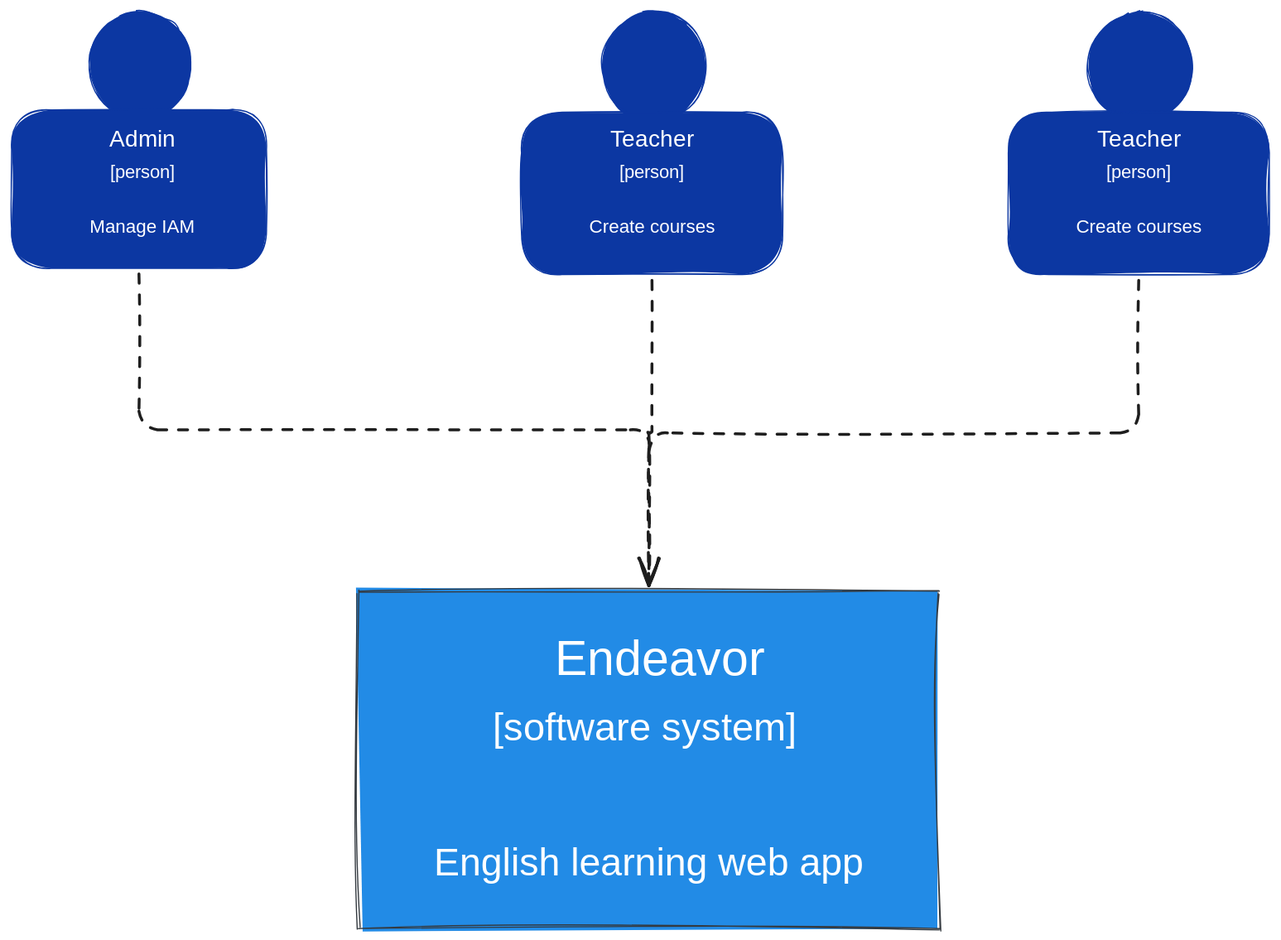
Before: docs/1. Overview/Context Diagram.excalidraw.svg, a diagram exported from Excalidraw (trancongbao/endeavor). Source tidied: one line per element, renumbered; positions are measured from the earlier drawing's top-left corner, leaving out a move shared by most shapes. Source of this version:
```json
{"id": 0, "type": "ellipse", "strokeColor": "#0c37a2", "backgroundColor": "#0c37a2", "fillStyle": "solid", "strokeWidth": 1, "roughness": 1, "x": 68, "y": 0, "width": 88, "height": 93}
{"id": 1, "type": "rectangle", "strokeColor": "#0c37a2", "backgroundColor": "#0c37a2", "fillStyle": "solid", "strokeWidth": 1, "roughness": 1, "fontSize": 25.31, "round": true, "x": 0, "y": 85, "width": 220, "height": 137}
{"id": 2, "type": "text", "text": "Admin", "strokeColor": "#fff", "backgroundColor": "#0c37a2", "fillStyle": "solid", "strokeWidth": 1, "roughness": 1, "fontSize": 20, "fontFamily": 1, "textAlign": "center", "x": 87, "y": 99, "width": 51, "height": 25}
{"id": 3, "type": "text", "text": "[person]", "strokeColor": "#fff", "backgroundColor": "#0c37a2", "fillStyle": "solid", "strokeWidth": 1, "roughness": 1, "fontSize": 16, "fontFamily": 3, "textAlign": "center", "x": 75, "y": 128, "width": 76, "height": 20}
{"id": 4, "type": "text", "text": "Manage IAM", "strokeColor": "#fff", "backgroundColor": "#0c37a2", "fillStyle": "solid", "strokeWidth": 1, "roughness": 1, "fontSize": 16, "fontFamily": 2, "textAlign": "center", "x": 67, "y": 177, "width": 91, "height": 19}
{"id": 5, "type": "rectangle", "strokeColor": "#343a40", "backgroundColor": "#228be6", "fillStyle": "solid", "strokeWidth": 1, "roughness": 2, "x": 300, "y": 500, "width": 500, "height": 291}
{"id": 6, "type": "text", "text": "Endeavor", "strokeColor": "#fff", "backgroundColor": "#55b8f5", "fillStyle": "solid", "strokeWidth": 1, "roughness": 1, "fontSize": 41.84, "fontFamily": 1, "x": 469, "y": 535, "width": 185, "height": 52}
{"id": 7, "type": "text", "text": "[software system]", "strokeColor": "#fff", "backgroundColor": "#55b8f5", "fillStyle": "solid", "strokeWidth": 1, "roughness": 1, "fontSize": 33.47, "fontFamily": 3, "textAlign": "center", "x": 380, "y": 597, "width": 333, "height": 42}
{"id": 8, "type": "text", "text": "English learning web app", "strokeColor": "#fff", "backgroundColor": "#55b8f5", "fillStyle": "solid", "strokeWidth": 1, "roughness": 1, "fontSize": 33.19, "fontFamily": 2, "x": 364, "y": 717, "width": 371, "height": 38}
{"id": 9, "type": "arrow", "strokeColor": "#1e1e1e", "strokeWidth": 2, "strokeStyle": "dashed", "roughness": 1, "endArrowhead": "arrow", "from": 1, "to": 5, "x": 110, "y": 226, "width": 440, "height": 269, "points": [[0, 0], [0, 134], [440, 134], [440, 269]]}
{"id": 10, "type": "ellipse", "strokeColor": "#0c37a2", "backgroundColor": "#0c37a2", "fillStyle": "solid", "strokeWidth": 1, "roughness": 1, "x": 509, "y": 0, "width": 90, "height": 95}
{"id": 11, "type": "rectangle", "strokeColor": "#0c37a2", "backgroundColor": "#0c37a2", "fillStyle": "solid", "strokeWidth": 1, "roughness": 1, "fontSize": 25.31, "round": true, "x": 440, "y": 87, "width": 225, "height": 140}
{"id": 12, "type": "text", "text": "Teacher", "strokeColor": "#fff", "backgroundColor": "#0c37a2", "fillStyle": "solid", "strokeWidth": 1, "roughness": 1, "fontSize": 20, "fontFamily": 1, "textAlign": "center", "x": 513, "y": 99, "width": 80, "height": 25}
{"id": 13, "type": "text", "text": "[person]", "strokeColor": "#fff", "backgroundColor": "#0c37a2", "fillStyle": "solid", "strokeWidth": 1, "roughness": 1, "fontSize": 16, "fontFamily": 3, "textAlign": "center", "x": 515, "y": 128, "width": 76, "height": 20}
{"id": 14, "type": "text", "text": "Create courses", "strokeColor": "#fff", "backgroundColor": "#0c37a2", "fillStyle": "solid", "strokeWidth": 1, "roughness": 1, "fontSize": 16, "fontFamily": 2, "textAlign": "center", "x": 498, "y": 177, "width": 108, "height": 19}
{"id": 15, "type": "arrow", "strokeColor": "#1e1e1e", "strokeWidth": 2, "strokeStyle": "dashed", "roughness": 1, "endArrowhead": "arrow", "from": 11, "to": 5, "x": 553, "y": 232, "width": 3, "height": 263, "points": [[0, 0], [0, 132], [-3, 132], [-3, 263]]}
{"id": 16, "type": "ellipse", "strokeColor": "#0c37a2", "backgroundColor": "#0c37a2", "fillStyle": "solid", "strokeWidth": 1, "roughness": 1, "x": 929, "y": 0, "width": 90, "height": 95}
{"id": 17, "type": "rectangle", "strokeColor": "#0c37a2", "backgroundColor": "#0c37a2", "fillStyle": "solid", "strokeWidth": 1, "roughness": 1, "fontSize": 25.31, "round": true, "x": 860, "y": 87, "width": 225, "height": 140}
{"id": 18, "type": "text", "text": "Teacher", "strokeColor": "#fff", "backgroundColor": "#0c37a2", "fillStyle": "solid", "strokeWidth": 1, "roughness": 1, "fontSize": 20, "fontFamily": 1, "textAlign": "center", "x": 933, "y": 99, "width": 80, "height": 25}
{"id": 19, "type": "text", "text": "[person]", "strokeColor": "#fff", "backgroundColor": "#0c37a2", "fillStyle": "solid", "strokeWidth": 1, "roughness": 1, "fontSize": 16, "fontFamily": 3, "textAlign": "center", "x": 935, "y": 128, "width": 76, "height": 20}
{"id": 20, "type": "text", "text": "Create courses", "strokeColor": "#fff", "backgroundColor": "#0c37a2", "fillStyle": "solid", "strokeWidth": 1, "roughness": 1, "fontSize": 16, "fontFamily": 2, "textAlign": "center", "x": 918, "y": 177, "width": 108, "height": 19}
{"id": 21, "type": "arrow", "strokeColor": "#1e1e1e", "strokeWidth": 2, "strokeStyle": "dashed", "roughness": 1, "endArrowhead": "arrow", "from": 17, "to": 5, "x": 973, "y": 232, "width": 423, "height": 263, "points": [[0, 0], [0, 132], [-423, 132], [-423, 263]]}
```
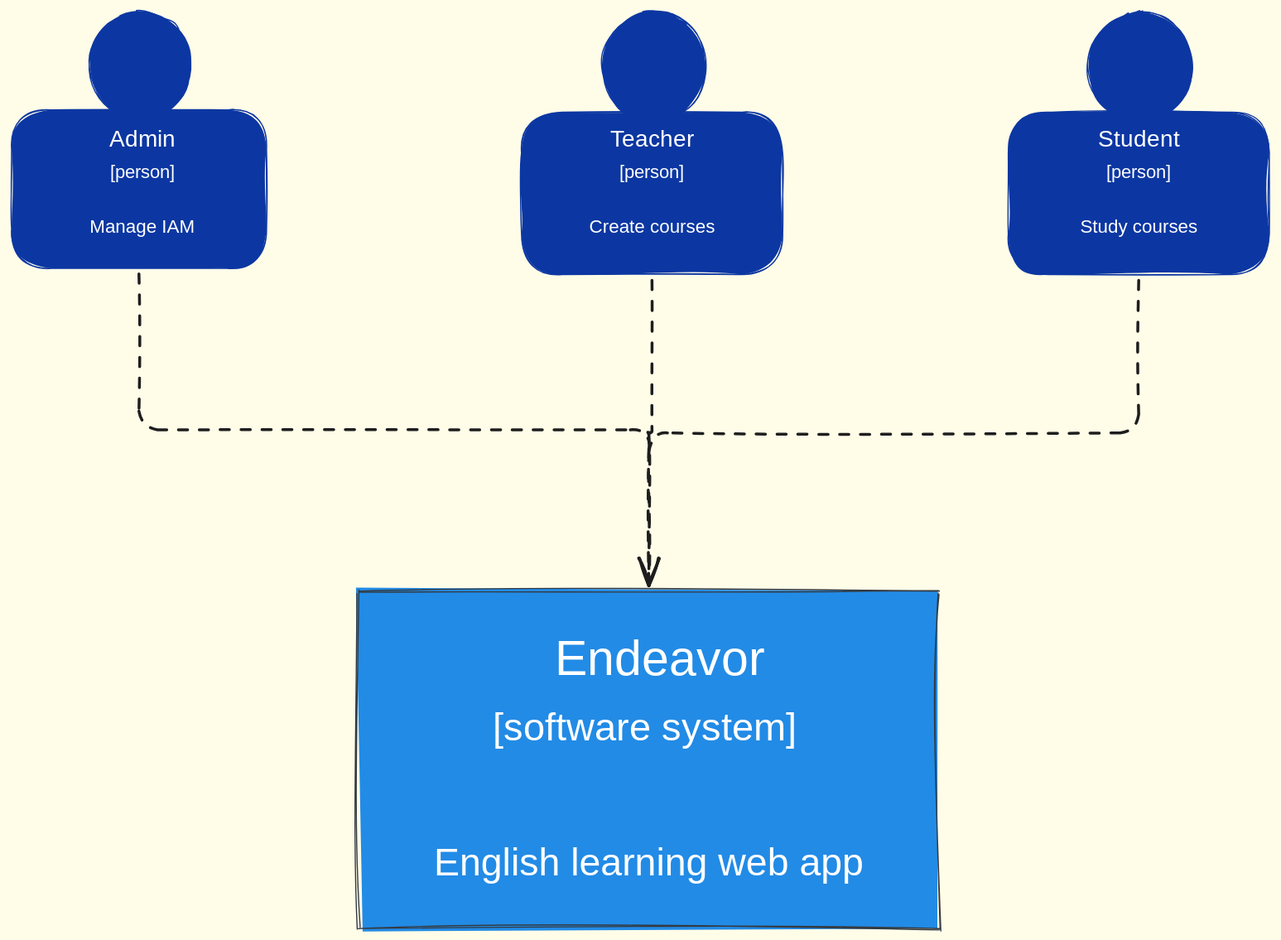
After the change.

Diff of the diagram source:
```diff
@@ -16,7 +16,7 @@
 {"id": 15, "type": "arrow", "strokeColor": "#1e1e1e", "strokeWidth": 2, "strokeStyle": "dashed", "roughness": 1, "endArrowhead": "arrow", "from": 11, "to": 5, "x": 553, "y": 232, "width": 3, "height": 263, "points": [[0, 0], [0, 132], [-3, 132], [-3, 263]]}
 {"id": 16, "type": "ellipse", "strokeColor": "#0c37a2", "backgroundColor": "#0c37a2", "fillStyle": "solid", "strokeWidth": 1, "roughness": 1, "x": 929, "y": 0, "width": 90, "height": 95}
 {"id": 17, "type": "rectangle", "strokeColor": "#0c37a2", "backgroundColor": "#0c37a2", "fillStyle": "solid", "strokeWidth": 1, "roughness": 1, "fontSize": 25.31, "round": true, "x": 860, "y": 87, "width": 225, "height": 140}
-{"id": 18, "type": "text", "text": "Teacher", "strokeColor": "#fff", "backgroundColor": "#0c37a2", "fillStyle": "solid", "strokeWidth": 1, "roughness": 1, "fontSize": 20, "fontFamily": 1, "textAlign": "center", "x": 933, "y": 99, "width": 80, "height": 25}
+{"id": 18, "type": "text", "text": "Student", "strokeColor": "#fff", "backgroundColor": "#0c37a2", "fillStyle": "solid", "strokeWidth": 1, "roughness": 1, "fontSize": 20, "fontFamily": 1, "textAlign": "center", "x": 934, "y": 99, "width": 78, "height": 25}
 {"id": 19, "type": "text", "text": "[person]", "strokeColor": "#fff", "backgroundColor": "#0c37a2", "fillStyle": "solid", "strokeWidth": 1, "roughness": 1, "fontSize": 16, "fontFamily": 3, "textAlign": "center", "x": 935, "y": 128, "width": 76, "height": 20}
-{"id": 20, "type": "text", "text": "Create courses", "strokeColor": "#fff", "backgroundColor": "#0c37a2", "fillStyle": "solid", "strokeWidth": 1, "roughness": 1, "fontSize": 16, "fontFamily": 2, "textAlign": "center", "x": 918, "y": 177, "width": 108, "height": 19}
+{"id": 20, "type": "text", "text": "Study courses", "strokeColor": "#fff", "backgroundColor": "#0c37a2", "fillStyle": "solid", "strokeWidth": 1, "roughness": 1, "fontSize": 16, "fontFamily": 2, "textAlign": "center", "x": 922, "y": 177, "width": 101, "height": 19}
 {"id": 21, "type": "arrow", "strokeColor": "#1e1e1e", "strokeWidth": 2, "strokeStyle": "dashed", "roughness": 1, "endArrowhead": "arrow", "from": 17, "to": 5, "x": 973, "y": 232, "width": 423, "height": 263, "points": [[0, 0], [0, 132], [-423, 132], [-423, 263]]}
```
